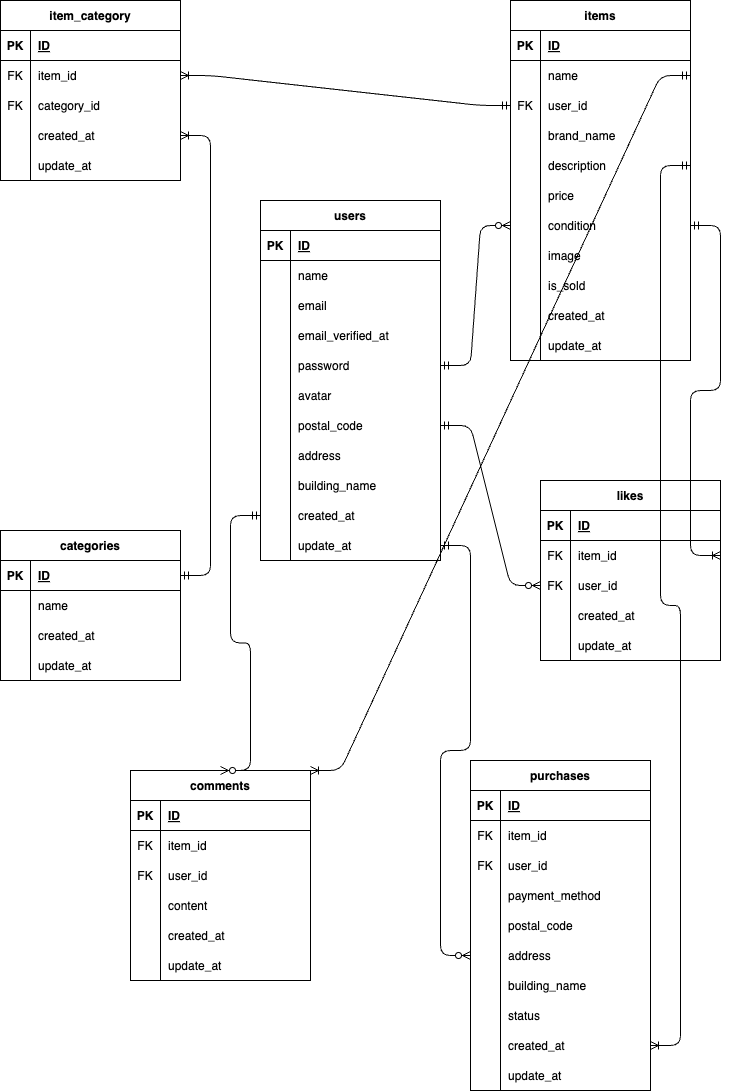
The draw.io diagram index.drawio.png in Kizuna42/-app, before a commit. Source tidied: cells renumbered, new cells last; positions are measured from the earlier drawing's top-left corner, leaving out a move shared by most shapes.
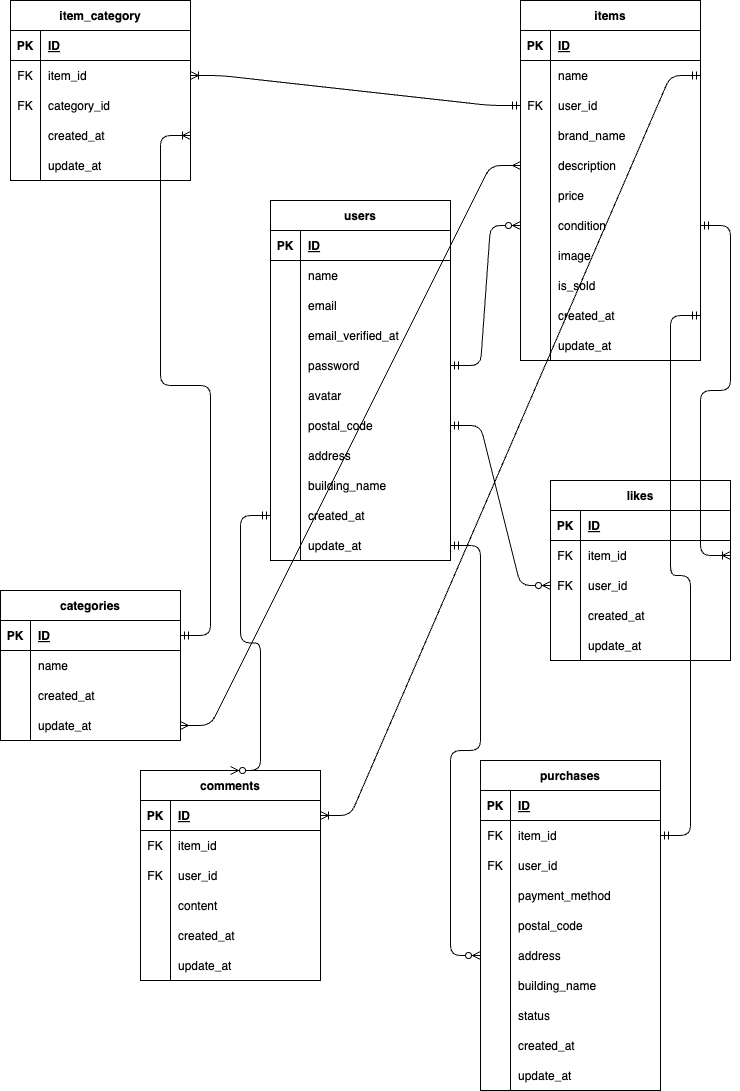
Later version of the same file.

Diff of the diagram source:
```diff
@@ -207,7 +207,7 @@
       <mxGeometry x="30" width="150" height="30" as="geometry" />
     </mxCell>
     <mxCell id="70" value="categories" style="shape=table;startSize=30;rowLines=0;fontStyle=1;align=center;" parent="1" vertex="1">
-      <mxGeometry y="530" width="180" height="150" as="geometry" />
+      <mxGeometry x="-10" y="590" width="180" height="150" as="geometry" />
     </mxCell>
     <mxCell id="71" style="shape=tableRow;horizontal=0;startSize=0;swimlaneHead=0;swimlaneBody=0;fillColor=none;points=[[0,0.5],[1,0.5]];portConstraint=eastwest;top=0;left=0;right=0;bottom=1;" parent="70" vertex="1">
       <mxGeometry y="30" width="180" height="30" as="geometry" />
@@ -509,14 +509,17 @@
     <mxCell id="170" style="edgeStyle=entityRelationEdgeStyle;fontSize=12;html=1;endArrow=ERoneToMany;startArrow=ERmandOne;exitX=1;exitY=0.5;exitDx=0;exitDy=0;entryX=1;entryY=0.5;entryDx=0;entryDy=0;" parent="1" edge="1" source="55" target="103">
       <mxGeometry relative="1" as="geometry" />
     </mxCell>
-    <mxCell id="171" style="edgeStyle=entityRelationEdgeStyle;fontSize=12;html=1;endArrow=ERoneToMany;startArrow=ERmandOne;exitX=1;exitY=0.5;exitDx=0;exitDy=0;entryX=1;entryY=0;entryDx=0;entryDy=0;" parent="1" edge="1" source="40" target="115">
+    <mxCell id="171" style="edgeStyle=entityRelationEdgeStyle;fontSize=12;html=1;endArrow=ERoneToMany;startArrow=ERmandOne;exitX=1;exitY=0.5;exitDx=0;exitDy=0;entryX=1;entryY=0.5;entryDx=0;entryDy=0;" parent="1" edge="1" source="40" target="116">
       <mxGeometry relative="1" as="geometry" />
     </mxCell>
-    <mxCell id="172" style="edgeStyle=entityRelationEdgeStyle;fontSize=12;html=1;endArrow=ERoneToMany;startArrow=ERmandOne;exitX=1;exitY=0.5;exitDx=0;exitDy=0;entryX=1;entryY=0.5;entryDx=0;entryDy=0;" parent="1" edge="1" source="49" target="159">
-      <mxGeometry relative="1" as="geometry" />
-    </mxCell>
     <mxCell id="173" style="edgeStyle=entityRelationEdgeStyle;fontSize=12;html=1;endArrow=ERoneToMany;startArrow=ERmandOne;entryX=1;entryY=0.5;entryDx=0;entryDy=0;exitX=1;exitY=0.5;exitDx=0;exitDy=0;" parent="1" edge="1" source="71" target="93">
       <mxGeometry relative="1" as="geometry" />
     </mxCell>
+    <mxCell id="174" style="edgeStyle=entityRelationEdgeStyle;fontSize=12;html=1;endArrow=ERmany;startArrow=ERmany;exitX=1;exitY=0.5;exitDx=0;exitDy=0;entryX=0;entryY=0.5;entryDx=0;entryDy=0;" parent="1" edge="1" source="80" target="49">
+      <mxGeometry relative="1" as="geometry" />
+    </mxCell>
+    <mxCell id="175" style="edgeStyle=entityRelationEdgeStyle;fontSize=12;html=1;endArrow=ERmandOne;startArrow=ERmandOne;entryX=1;entryY=0.5;entryDx=0;entryDy=0;exitX=1;exitY=0.5;exitDx=0;exitDy=0;" parent="1" edge="1" source="138" target="64">
+      <mxGeometry relative="1" as="geometry" />
+    </mxCell>
   </root>
 </mxGraphModel>
```
